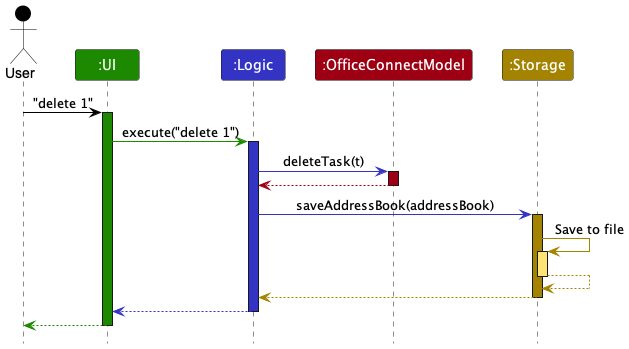
Before: docs/images/ArchitectureSequenceDiagramTwo.png, a diagram exported from PlantUML (nus-cs2103-AY2223S2/tp).
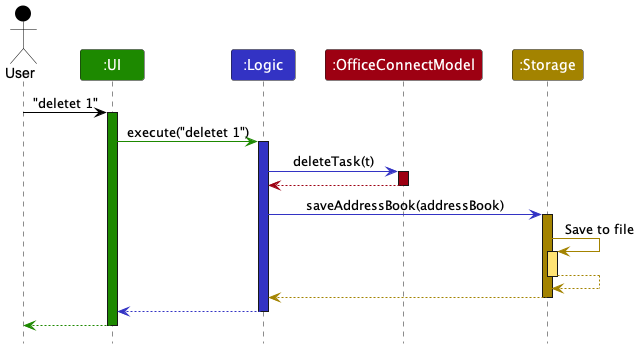
After the commit.

What changed in the source:
```diff
@@ -1,16 +1,16 @@
 @startuml
 !include style.puml
 
-actor User as user USER_COLOR
+Actor User as user USER_COLOR
 Participant ":UI" as ui UI_COLOR
 Participant ":Logic" as logic LOGIC_COLOR
 Participant ":OfficeConnectModel" as model MODEL_COLOR
 Participant ":Storage" as storage STORAGE_COLOR
 
-user -[USER_COLOR]> ui : "delete 1"
+user -[USER_COLOR]> ui : "deletet 1"
 activate ui UI_COLOR
 
-ui -[UI_COLOR]> logic : execute("delete 1")
+ui -[UI_COLOR]> logic : execute("deletet 1")
 activate logic LOGIC_COLOR
 
 logic -[LOGIC_COLOR]> model : deleteTask(t)
```
